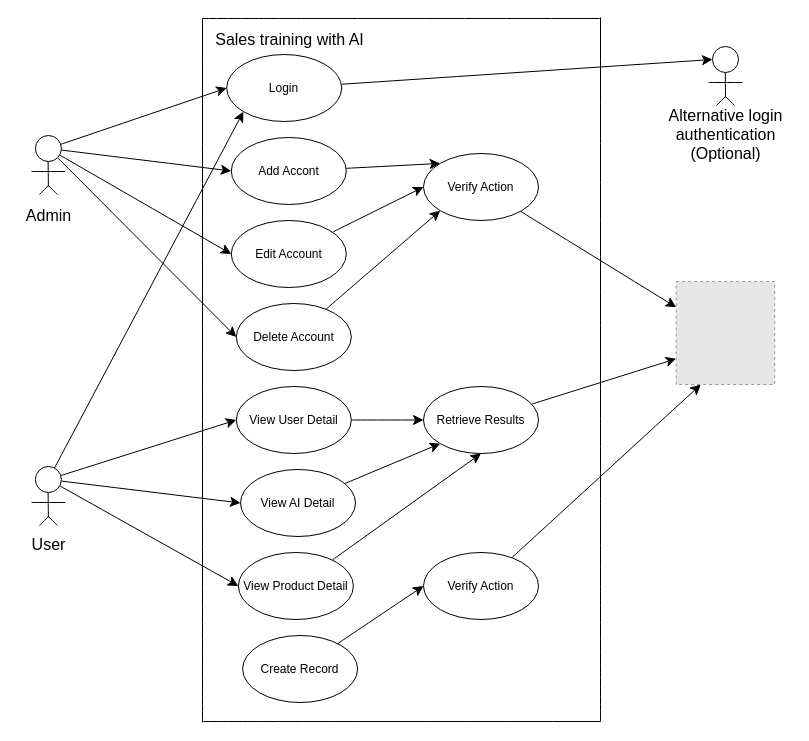
Earlier version of the draw.io diagram diagrams/use_case_diagram.drawio (University-Bangkok-JW/cs497-project). Source tidied: cells renumbered, new cells numbered last; positions are measured from the earlier drawing's top-left corner, leaving out a move shared by most shapes. Both pictures are drawn from the tidied source at 100%, with x=0, y=0 at pixel (16, 17). Pictures stored in the file or linked from it are replaced by grey dashed boxes.
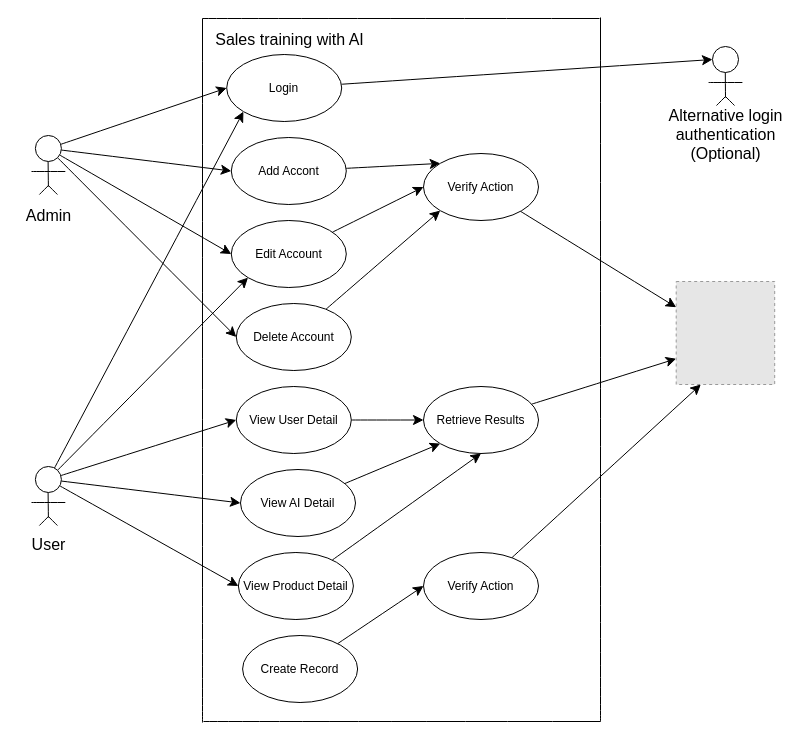
Above is the later version.

Commit message:
Added User arrow to Edit Account

The change refers to these unchanged cells:
```xml
<mxCell id="14" value="Edit Account" style="ellipse;whiteSpace=wrap;html=1;" parent="1" vertex="1">
  <mxGeometry x="214.8" y="203" width="115" height="67" as="geometry" />
</mxCell>
<mxCell id="32" style="ellipse;whiteSpace=wrap;html=1;" parent="1" vertex="1">
  <mxGeometry x="18.9" y="449" width="26" height="26" as="geometry" />
</mxCell>
```

Change to the diagram source:
```diff
@@
+    <mxCell id="56" style="edgeStyle=none;curved=1;rounded=0;jettySize=auto;html=1;entryX=0;entryY=1;entryDx=0;entryDy=0;fontSize=12;startSize=8;endSize=8;" parent="1" edge="1" source="32" target="14">
+      <mxGeometry relative="1" as="geometry" />
+    </mxCell>
```
